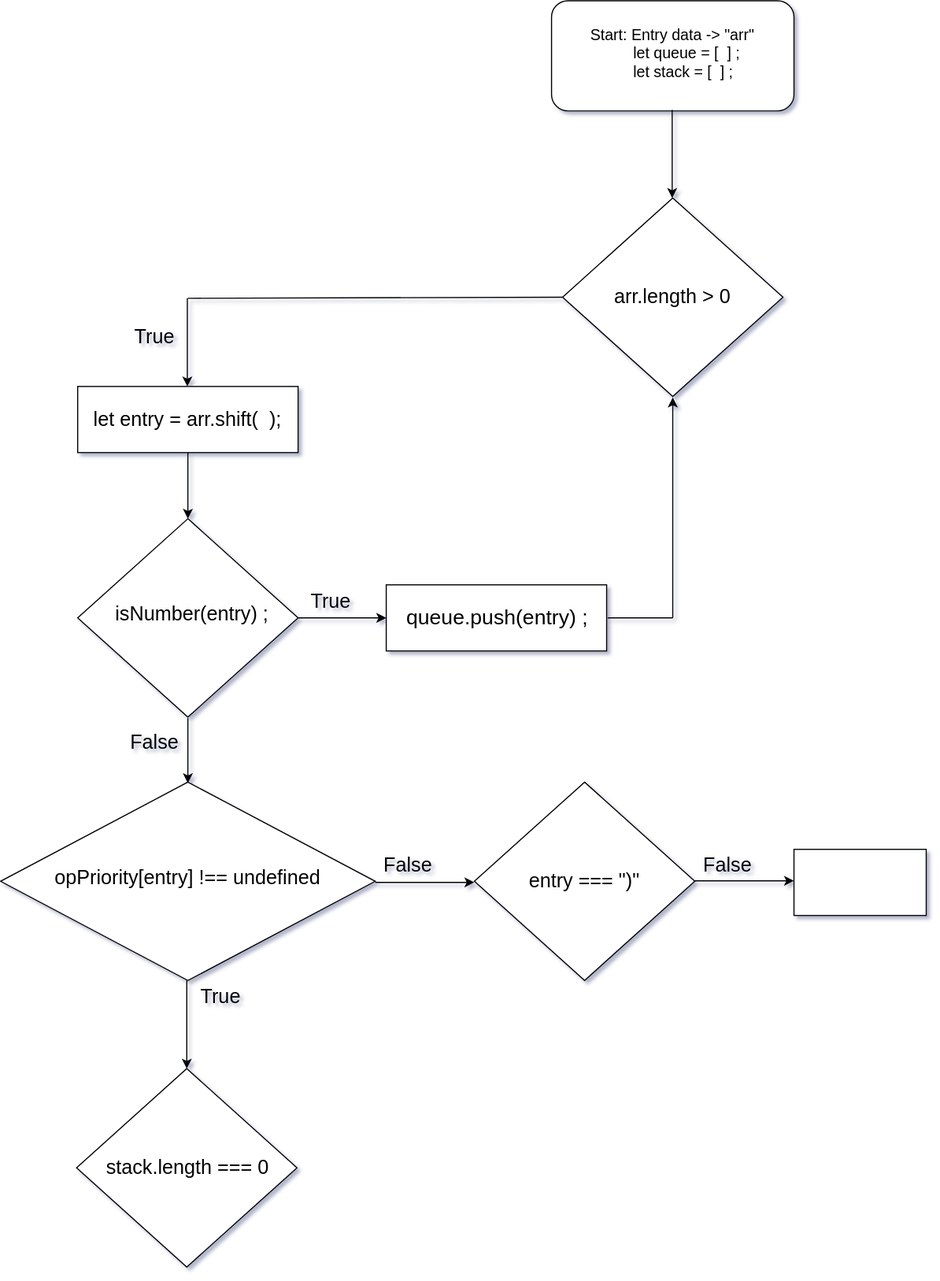
Earlier version of the draw.io export Untitled Diagram.drawio.svg (jcgm3205/jcgm3205). Source tidied: cells renumbered, new cells last; positions are measured from the earlier drawing's top-left corner, leaving out a move shared by most shapes.
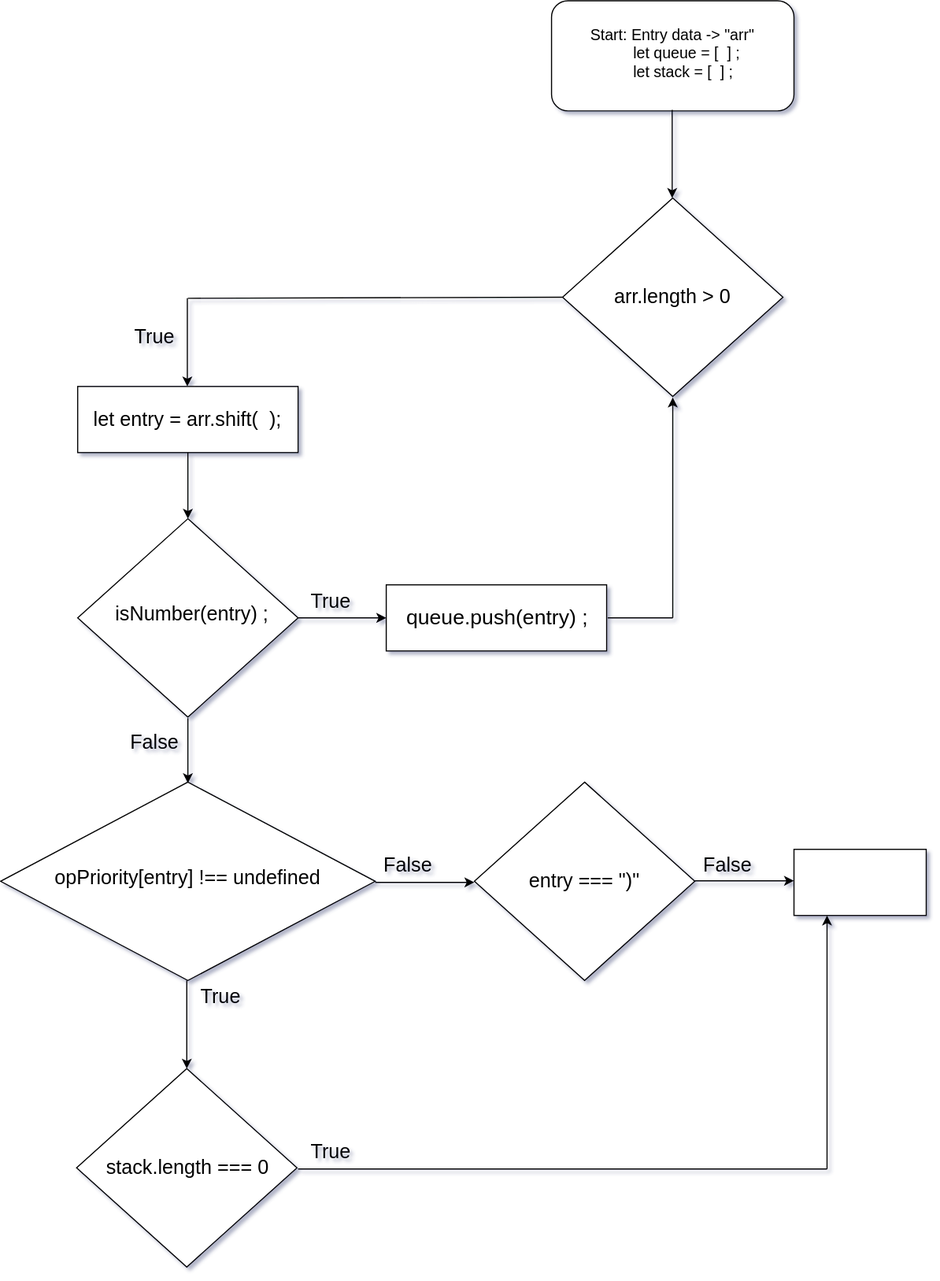
Above is the later version.

The edit, as a diff of the source:
```diff
@@ -136,5 +136,19 @@
     <mxCell id="35" value="True" style="text;html=1;strokeColor=none;fillColor=none;align=center;verticalAlign=middle;whiteSpace=wrap;rounded=0;fontSize=18;" parent="1" vertex="1">
       <mxGeometry x="170" y="889" width="60" height="30" as="geometry" />
     </mxCell>
+    <mxCell id="36" style="endArrow=none;html=1;rounded=0;fontSize=18;" parent="1" edge="1">
+      <mxGeometry relative="1" as="geometry">
+        <mxPoint x="270" y="1060" as="sourcePoint" />
+        <mxPoint x="750" y="1060" as="targetPoint" />
+      </mxGeometry>
+    </mxCell>
+    <mxCell id="37" style="endArrow=classic;html=1;rounded=0;fontSize=18;entryX=0.25;entryY=1;entryDx=0;entryDy=0;" parent="1" edge="1" target="33">
+      <mxGeometry relative="1" as="geometry">
+        <mxPoint x="750" y="1060" as="sourcePoint" />
+      </mxGeometry>
+    </mxCell>
+    <mxCell id="38" value="True" style="text;html=1;strokeColor=none;fillColor=none;align=center;verticalAlign=middle;whiteSpace=wrap;rounded=0;fontSize=18;" parent="1" vertex="1">
+      <mxGeometry x="270" y="1030" width="60" height="30" as="geometry" />
+    </mxCell>
   </root>
 </mxGraphModel>
```
